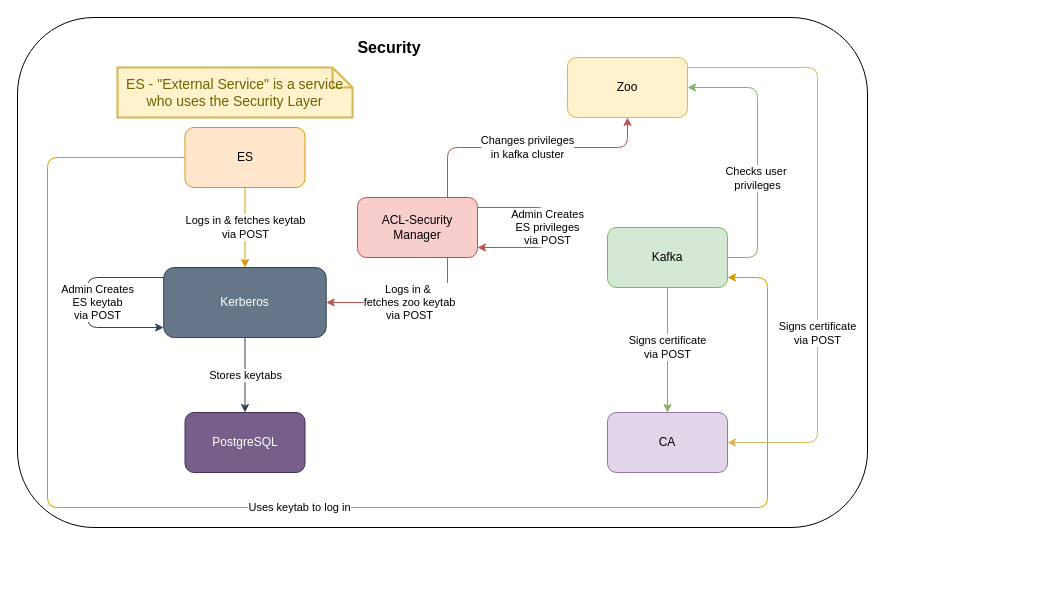
Above: Docs/Security.drawio in jakobhviid/ProjectLeapNode (draw.io), before the change. Source tidied: cells renumbered, new cells numbered last; positions are measured from the earlier drawing's top-left corner, leaving out a move shared by most shapes. Both pictures are drawn from the tidied source at 100%, with x=0, y=0 at pixel (17, 17).
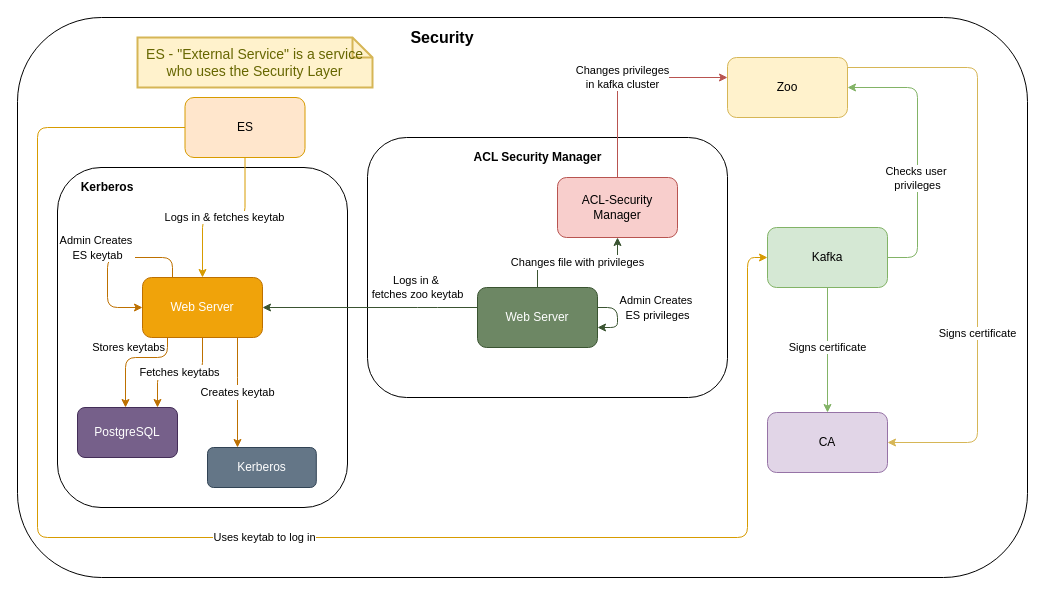
Above is the later version.

Commit message:
Security details

Diff of the diagram source:
```diff
@@
     <mxCell id="2" style="rounded=1;whiteSpace=wrap;html=1;" parent="1" vertex="1">
-      <mxGeometry width="850" height="510" as="geometry" />
+      <mxGeometry width="1010" height="560" as="geometry" />
     </mxCell>
+    <mxCell id="23" style="rounded=1;whiteSpace=wrap;html=1;fontSize=12;" parent="1" vertex="1">
+      <mxGeometry x="40" y="150" width="290" height="340" as="geometry" />
+    </mxCell>
+    <mxCell id="24" style="rounded=1;whiteSpace=wrap;html=1;" parent="1" vertex="1">
+      <mxGeometry x="350" y="120" width="360" height="260" as="geometry" />
+    </mxCell>
     <mxCell id="3" value="&lt;font style=&quot;font-size: 16px&quot;&gt;&lt;b&gt;Security&lt;/b&gt;&lt;/font&gt;" style="text;html=1;strokeColor=none;fillColor=none;align=center;verticalAlign=middle;whiteSpace=wrap;rounded=0;" parent="1" vertex="1">
-      <mxGeometry x="325" y="20" width="94" height="20" as="geometry" />
+      <mxGeometry x="378" y="10" width="94" height="20" as="geometry" />
     </mxCell>
-    <mxCell id="4" value="Logs in &amp;amp; fetches keytab&lt;br&gt;via POST" style="edgeStyle=orthogonalEdgeStyle;rounded=1;jettySize=auto;html=1;fillColor=#ffe6cc;strokeColor=#d79b00;" parent="1" edge="1" source="6" target="8">
+    <mxCell id="4" value="Logs in &amp;amp; fetches keytab" style="edgeStyle=orthogonalEdgeStyle;rounded=1;jettySize=auto;html=1;fillColor=#ffe6cc;strokeColor=#d79b00;" parent="1" edge="1" source="6" target="31">
       <mxGeometry relative="1" as="geometry" />
     </mxCell>
     <mxCell id="5" value="Uses keytab to log in" style="edgeStyle=orthogonalEdgeStyle;rounded=1;jettySize=auto;html=1;fillColor=#ffe6cc;strokeColor=#d79b00;" parent="1" edge="1" source="6" target="21">
       <mxGeometry relative="1" as="geometry">
         <Array as="points">
-          <mxPoint x="30" y="140" />
-          <mxPoint x="30" y="490" />
-          <mxPoint x="750" y="490" />
-          <mxPoint x="750" y="260" />
+          <mxPoint x="20" y="110" />
+          <mxPoint x="20" y="520" />
+          <mxPoint x="730" y="520" />
+          <mxPoint x="730" y="240" />
         </Array>
       </mxGeometry>
     </mxCell>
     <mxCell id="6" value="ES" style="rounded=1;whiteSpace=wrap;html=1;fillColor=#ffe6cc;strokeColor=#d79b00;" parent="1" vertex="1">
-      <mxGeometry x="167.5" y="110" width="120" height="60" as="geometry" />
+      <mxGeometry x="167.5" y="80" width="120" height="60" as="geometry" />
     </mxCell>
-    <mxCell id="7" value="Stores keytabs" style="edgeStyle=orthogonalEdgeStyle;rounded=1;jettySize=auto;html=1;fillColor=#647687;strokeColor=#314354;" parent="1" edge="1" source="8" target="16">
-      <mxGeometry relative="1" as="geometry" />
+    <mxCell id="7" value="Stores keytabs" style="edgeStyle=orthogonalEdgeStyle;rounded=1;jettySize=auto;html=1;fillColor=#f0a30a;strokeColor=#BD7000;" parent="1" edge="1" source="31" target="16">
+      <mxGeometry x="0.06" y="-10" relative="1" as="geometry">
+        <Array as="points">
+          <mxPoint x="150" y="340" />
+          <mxPoint x="108" y="340" />
+        </Array>
+      </mxGeometry>
     </mxCell>
     <mxCell id="8" value="Kerberos" style="rounded=1;whiteSpace=wrap;html=1;fillColor=#647687;strokeColor=#314354;fontColor=#ffffff;" parent="1" vertex="1">
-      <mxGeometry x="146.2" y="250" width="162.5" height="70" as="geometry" />
+      <mxGeometry x="190" y="430" width="108.8" height="40" as="geometry" />
     </mxCell>
     <mxCell id="9" value="ES - &quot;External Service&quot; is a service who uses the Security Layer" style="shape=note;strokeWidth=2;fontSize=14;size=20;whiteSpace=wrap;html=1;fillColor=#fff2cc;strokeColor=#d6b656;fontColor=#666600;" parent="1" vertex="1">
-      <mxGeometry x="100" y="50" width="235" height="50" as="geometry" />
+      <mxGeometry x="120" y="20" width="235" height="50" as="geometry" />
     </mxCell>
     <mxCell id="10" value="Changes&amp;nbsp;privileges &lt;br&gt;in kafka cluster" style="edgeStyle=orthogonalEdgeStyle;rounded=1;jettySize=auto;html=1;fillColor=#f8cecc;strokeColor=#b85450;" parent="1" edge="1" source="12" target="14">
       <mxGeometry relative="1" as="geometry">
         <Array as="points">
-          <mxPoint x="430" y="130" />
+          <mxPoint x="600" y="60" />
         </Array>
       </mxGeometry>
     </mxCell>
-    <mxCell id="11" value="Logs in &amp;amp;&amp;nbsp;&lt;br&gt;fetches zoo keytab &lt;br&gt;via POST" style="edgeStyle=orthogonalEdgeStyle;rounded=1;jettySize=auto;html=1;fillColor=#f8cecc;strokeColor=#b85450;" parent="1" edge="1" source="12" target="8">
-      <mxGeometry relative="1" as="geometry">
+    <mxCell id="11" value="Logs in &amp;amp;&amp;nbsp;&lt;br&gt;fetches zoo keytab " style="edgeStyle=orthogonalEdgeStyle;rounded=1;jettySize=auto;html=1;fillColor=#6d8764;strokeColor=#3A5431;" parent="1" edge="1" source="27" target="31">
+      <mxGeometry x="-0.44" y="-20" relative="1" as="geometry">
         <Array as="points">
-          <mxPoint x="430" y="285" />
+          <mxPoint x="410" y="290" />
+          <mxPoint x="410" y="290" />
         </Array>
       </mxGeometry>
     </mxCell>
     <mxCell id="12" value="ACL-Security Manager" style="rounded=1;whiteSpace=wrap;html=1;fillColor=#f8cecc;strokeColor=#b85450;" parent="1" vertex="1">
-      <mxGeometry x="340" y="180" width="120" height="60" as="geometry" />
+      <mxGeometry x="540" y="160" width="120" height="60" as="geometry" />
     </mxCell>
-    <mxCell id="13" value="Signs certificate&lt;br&gt;via POST" style="edgeStyle=orthogonalEdgeStyle;rounded=1;jettySize=auto;html=1;fillColor=#fff2cc;strokeColor=#d6b656;" parent="1" edge="1" source="14" target="15">
+    <mxCell id="13" value="Signs certificate" style="edgeStyle=orthogonalEdgeStyle;rounded=1;jettySize=auto;html=1;fillColor=#fff2cc;strokeColor=#d6b656;" parent="1" edge="1" source="14" target="15">
       <mxGeometry x="0.33" relative="1" as="geometry">
         <Array as="points">
-          <mxPoint x="800" y="50" />
-          <mxPoint x="800" y="425" />
+          <mxPoint x="960" y="50" />
+          <mxPoint x="960" y="425" />
         </Array>
       </mxGeometry>
     </mxCell>
     <mxCell id="14" value="Zoo" style="rounded=1;whiteSpace=wrap;html=1;fillColor=#fff2cc;strokeColor=#d6b656;" parent="1" vertex="1">
-      <mxGeometry x="550" y="40" width="120" height="60" as="geometry" />
+      <mxGeometry x="710" y="40" width="120" height="60" as="geometry" />
     </mxCell>
     <mxCell id="15" value="CA" style="rounded=1;whiteSpace=wrap;html=1;fillColor=#e1d5e7;strokeColor=#9673a6;" parent="1" vertex="1">
-      <mxGeometry x="590" y="395" width="120" height="60" as="geometry" />
+      <mxGeometry x="750" y="395" width="120" height="60" as="geometry" />
     </mxCell>
     <mxCell id="16" value="PostgreSQL" style="rounded=1;whiteSpace=wrap;html=1;fillColor=#76608a;strokeColor=#432D57;fontColor=#ffffff;" parent="1" vertex="1">
-      <mxGeometry x="167.5" y="395" width="120" height="60" as="geometry" />
+      <mxGeometry x="60" y="390" width="100" height="50" as="geometry" />
     </mxCell>
@@
-    <mxCell id="18" value="Admin Creates &lt;br&gt;ES keytab&lt;br&gt;via POST" style="edgeStyle=orthogonalEdgeStyle;rounded=1;orthogonalLoop=1;jettySize=auto;html=1;elbow=vertical;fillColor=#647687;strokeColor=#314354;" parent="1" edge="1" source="8" target="8">
-      <mxGeometry y="10" relative="1" as="geometry">
-        <Array as="points">
-          <mxPoint x="70" y="260" />
-        </Array>
-      </mxGeometry>
-    </mxCell>
     <mxCell id="19" value="Checks user&amp;nbsp;&lt;br&gt;privileges" style="edgeStyle=orthogonalEdgeStyle;rounded=1;jettySize=auto;html=1;fillColor=#d5e8d4;strokeColor=#82b366;" parent="1" edge="1" source="21" target="14">
       <mxGeometry x="-0.19" relative="1" as="geometry">
         <Array as="points">
-          <mxPoint x="740" y="240" />
-          <mxPoint x="740" y="70" />
+          <mxPoint x="900" y="240" />
+          <mxPoint x="900" y="70" />
         </Array>
       </mxGeometry>
     </mxCell>
-    <mxCell id="20" value="Signs certificate&lt;br&gt;via POST" style="edgeStyle=orthogonalEdgeStyle;rounded=0;jettySize=auto;html=1;fillColor=#d5e8d4;strokeColor=#82b366;" parent="1" edge="1" source="21" target="15">
+    <mxCell id="20" value="Signs certificate" style="edgeStyle=orthogonalEdgeStyle;rounded=0;jettySize=auto;html=1;fillColor=#d5e8d4;strokeColor=#82b366;" parent="1" edge="1" source="21" target="15">
       <mxGeometry x="-0.04" relative="1" as="geometry" />
     </mxCell>
     <mxCell id="21" value="Kafka" style="rounded=1;whiteSpace=wrap;html=1;fillColor=#d5e8d4;strokeColor=#82b366;" parent="1" vertex="1">
-      <mxGeometry x="590" y="210" width="120" height="60" as="geometry" />
+      <mxGeometry x="750" y="210" width="120" height="60" as="geometry" />
     </mxCell>
-    <mxCell id="22" value="Admin Creates &lt;br&gt;ES privileges&lt;br&gt;via POST" style="edgeStyle=orthogonalEdgeStyle;rounded=1;orthogonalLoop=1;jettySize=auto;html=1;elbow=vertical;fillColor=#f8cecc;strokeColor=#b85450;" parent="1" edge="1" source="12" target="12">
-      <mxGeometry relative="1" as="geometry">
-        <Array as="points">
-          <mxPoint x="530" y="190" />
-        </Array>
-      </mxGeometry>
-    </mxCell>
+    <mxCell id="25" style="edgeStyle=orthogonalEdgeStyle;rounded=0;orthogonalLoop=1;jettySize=auto;html=1;exitX=0.5;exitY=1;exitDx=0;exitDy=0;" parent="1" edge="1" source="3" target="3">
+      <mxGeometry relative="1" as="geometry" />
+    </mxCell>
+    <mxCell id="26" value="&lt;font style=&quot;font-size: 11px&quot;&gt;Changes file with privileges&lt;/font&gt;" style="edgeStyle=orthogonalEdgeStyle;rounded=0;jettySize=auto;html=1;fontSize=12;fillColor=#6d8764;strokeColor=#3A5431;" parent="1" edge="1" source="27" target="12">
+      <mxGeometry relative="1" as="geometry" />
+    </mxCell>
+    <mxCell id="27" value="Web Server" style="rounded=1;whiteSpace=wrap;html=1;fillColor=#6d8764;strokeColor=#3A5431;fontColor=#ffffff;" parent="1" vertex="1">
+      <mxGeometry x="460" y="270" width="120" height="60" as="geometry" />
+    </mxCell>
+    <mxCell id="28" value="ACL Security Manager" style="text;html=1;strokeColor=none;fillColor=none;align=center;verticalAlign=middle;whiteSpace=wrap;rounded=0;fontSize=12;fontStyle=1;" parent="1" vertex="1">
+      <mxGeometry x="452.5" y="130" width="135" height="20" as="geometry" />
+    </mxCell>
+    <mxCell id="29" value="&lt;font style=&quot;font-size: 11px&quot;&gt;Creates keytab&lt;/font&gt;" style="edgeStyle=orthogonalEdgeStyle;rounded=0;jettySize=auto;html=1;fontSize=12;fillColor=#f0a30a;strokeColor=#BD7000;" parent="1" edge="1" source="31" target="8">
+      <mxGeometry relative="1" as="geometry">
+        <Array as="points">
+          <mxPoint x="220" y="360" />
+          <mxPoint x="220" y="360" />
+        </Array>
+      </mxGeometry>
+    </mxCell>
+    <mxCell id="30" value="&lt;font style=&quot;font-size: 11px&quot;&gt;Fetches keytabs&lt;/font&gt;" style="edgeStyle=orthogonalEdgeStyle;rounded=1;jettySize=auto;html=1;fontSize=12;fillColor=#f0a30a;strokeColor=#BD7000;" parent="1" edge="1" source="31" target="16">
+      <mxGeometry relative="1" as="geometry">
+        <Array as="points">
+          <mxPoint x="185" y="355" />
+          <mxPoint x="140" y="355" />
+        </Array>
+      </mxGeometry>
+    </mxCell>
+    <mxCell id="31" value="Web Server" style="rounded=1;whiteSpace=wrap;html=1;fontSize=12;fillColor=#f0a30a;strokeColor=#BD7000;fontColor=#ffffff;" parent="1" vertex="1">
+      <mxGeometry x="125" y="260" width="120" height="60" as="geometry" />
+    </mxCell>
+    <mxCell id="32" value="&lt;b&gt;Kerberos&lt;/b&gt;" style="text;html=1;strokeColor=none;fillColor=none;align=center;verticalAlign=middle;whiteSpace=wrap;rounded=0;fontSize=12;" parent="1" vertex="1">
+      <mxGeometry x="70" y="160" width="40" height="20" as="geometry" />
+    </mxCell>
+    <mxCell id="33" value="&lt;span style=&quot;color: rgb(0 , 0 , 0) ; font-family: &amp;#34;helvetica&amp;#34; ; font-size: 11px ; font-style: normal ; font-weight: 400 ; letter-spacing: normal ; text-align: center ; text-indent: 0px ; text-transform: none ; word-spacing: 0px ; background-color: rgb(255 , 255 , 255) ; display: inline ; float: none&quot;&gt;Admin Creates&lt;span&gt;&amp;nbsp;&lt;/span&gt;&lt;/span&gt;&lt;br style=&quot;color: rgb(0 , 0 , 0) ; font-family: &amp;#34;helvetica&amp;#34; ; font-size: 11px ; font-style: normal ; font-weight: 400 ; letter-spacing: normal ; text-align: center ; text-indent: 0px ; text-transform: none ; word-spacing: 0px&quot;&gt;&lt;span style=&quot;color: rgb(0 , 0 , 0) ; font-family: &amp;#34;helvetica&amp;#34; ; font-size: 11px ; font-style: normal ; font-weight: 400 ; letter-spacing: normal ; text-align: center ; text-indent: 0px ; text-transform: none ; word-spacing: 0px ; background-color: rgb(255 , 255 , 255) ; display: inline ; float: none&quot;&gt;ES keytab&lt;/span&gt;" style="edgeStyle=orthogonalEdgeStyle;rounded=1;orthogonalLoop=1;jettySize=auto;html=1;fontSize=12;exitX=0.25;exitY=0;exitDx=0;exitDy=0;entryX=0;entryY=0.5;entryDx=0;entryDy=0;fillColor=#f0a30a;strokeColor=#BD7000;" parent="1" edge="1" source="31" target="31">
+      <mxGeometry y="-14" relative="1" as="geometry">
+        <Array as="points">
+          <mxPoint x="155" y="240" />
+          <mxPoint x="90" y="240" />
+          <mxPoint x="90" y="290" />
+        </Array>
+        <mxPoint x="4" y="-10" as="offset" />
+      </mxGeometry>
+    </mxCell>
+    <mxCell id="34" value="&lt;span style=&quot;color: rgb(0, 0, 0); font-family: helvetica; font-size: 11px; font-style: normal; font-weight: 400; letter-spacing: normal; text-align: center; text-indent: 0px; text-transform: none; word-spacing: 0px; background-color: rgb(255, 255, 255); display: inline; float: none;&quot;&gt;Admin Creates&lt;span&gt;&amp;nbsp;&lt;/span&gt;&lt;/span&gt;&lt;br style=&quot;color: rgb(0, 0, 0); font-family: helvetica; font-size: 11px; font-style: normal; font-weight: 400; letter-spacing: normal; text-align: center; text-indent: 0px; text-transform: none; word-spacing: 0px;&quot;&gt;&lt;span style=&quot;color: rgb(0, 0, 0); font-family: helvetica; font-size: 11px; font-style: normal; font-weight: 400; letter-spacing: normal; text-align: center; text-indent: 0px; text-transform: none; word-spacing: 0px; background-color: rgb(255, 255, 255); display: inline; float: none;&quot;&gt;ES privileges&lt;/span&gt;" style="edgeStyle=orthogonalEdgeStyle;rounded=1;orthogonalLoop=1;jettySize=auto;html=1;fontSize=12;fillColor=#6d8764;strokeColor=#3A5431;" parent="1" edge="1" source="27" target="27">
+      <mxGeometry x="-0.33" y="40" relative="1" as="geometry" />
+    </mxCell>
```
